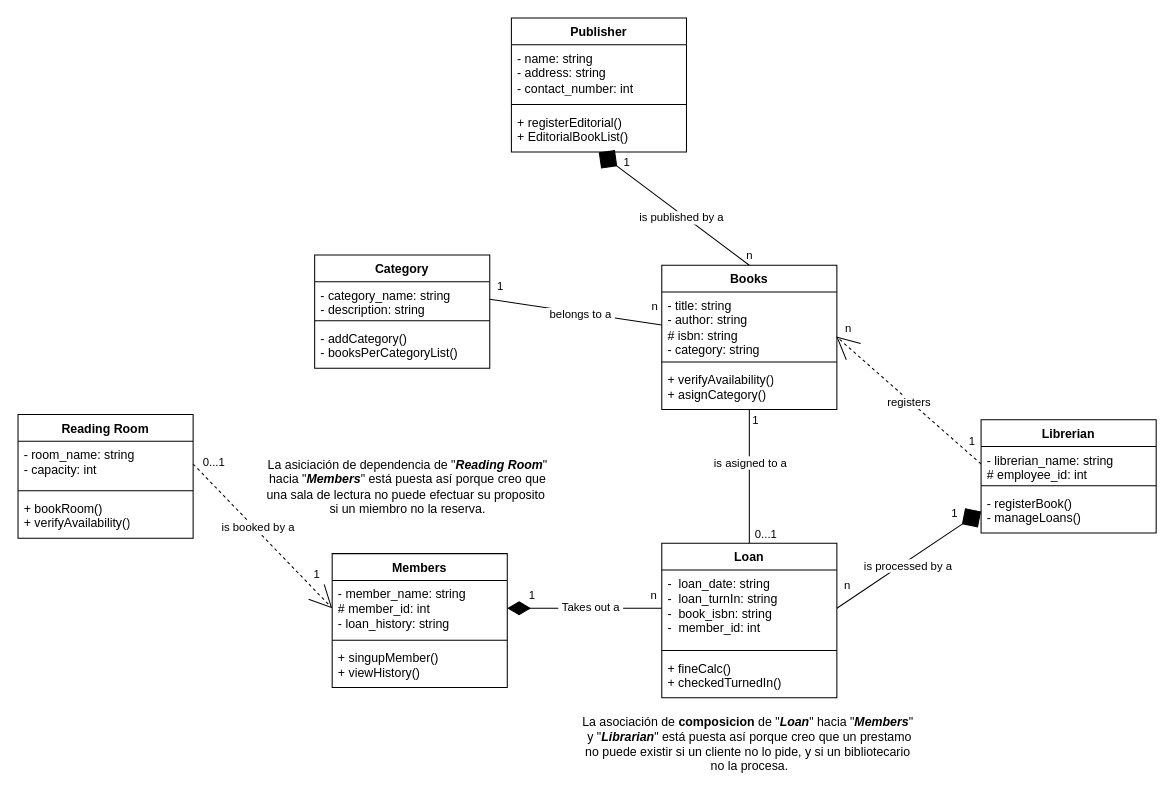
Earlier version of the draw.io diagram ut4/Pruebas draw.io/biblioteca.drawio (Alex-Doga/etsdam_alejandro). Source tidied: cells renumbered, new cells numbered last; positions are measured from the earlier drawing's top-left corner, leaving out a move shared by most shapes. Both pictures are drawn from the tidied source at 103%, with x=0, y=0 at pixel (18, 18).
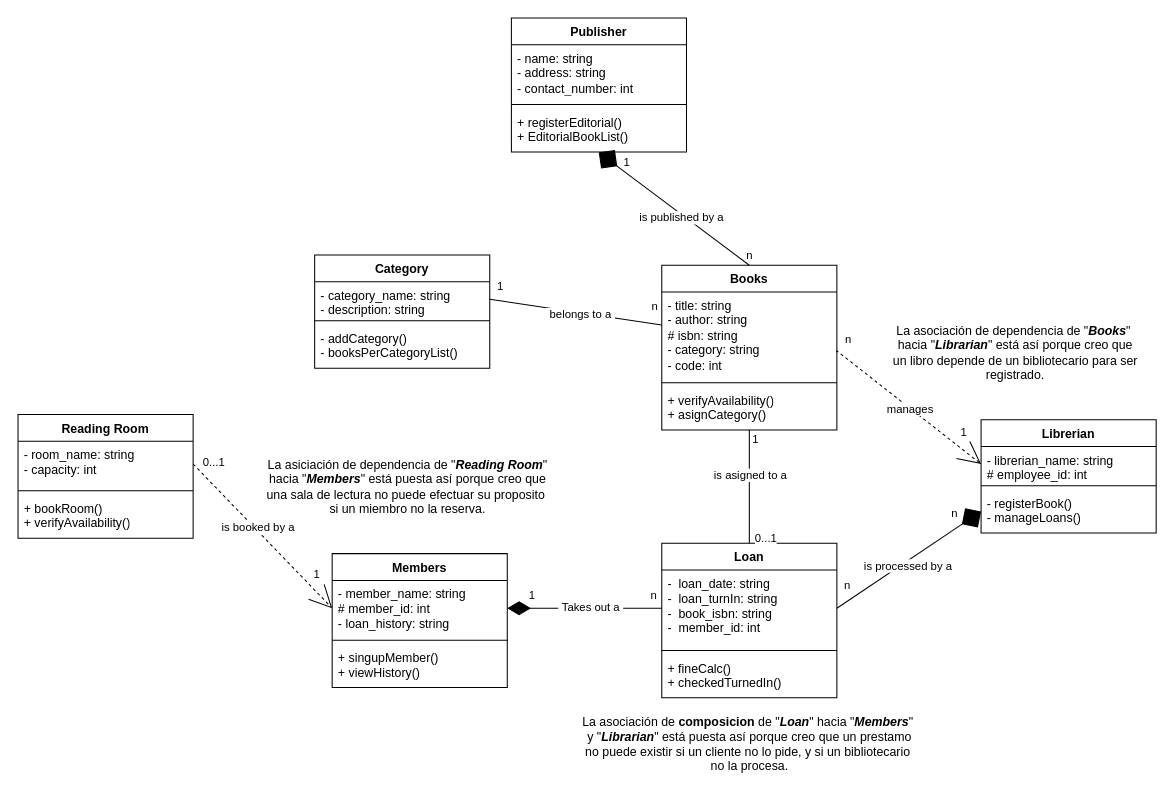
After the change.

Commit message:
Correccion de errores en el diagrama

Unchanged cells that the change refers to:
```xml
<mxCell id="15" value="- librerian_name: string&lt;div&gt;# employee_id: int&lt;/div&gt;" style="text;strokeColor=none;fillColor=none;align=left;verticalAlign=top;spacingLeft=4;spacingRight=4;overflow=hidden;points=[[0,0.5],[1,0.5]];portConstraint=eastwest;whiteSpace=wrap;html=1;" parent="14" vertex="1">
  <mxGeometry y="26" width="170" height="34" as="geometry" />
</mxCell>
<mxCell id="38" style="edgeStyle=none;html=1;exitX=1;exitY=0.5;exitDx=0;exitDy=0;entryX=0;entryY=0.5;entryDx=0;entryDy=0;endArrow=diamond;endFill=1;endSize=20;" parent="1" edge="1" source="11" target="17">
  <mxGeometry relative="1" as="geometry" />
</mxCell>
```

The edit, as a diff of the source:
```diff
@@
     <mxCell id="2" value="Books" style="swimlane;fontStyle=1;align=center;verticalAlign=top;horizontal=1;startSize=26;whiteSpace=wrap;html=1;" parent="1" vertex="1">
-      <mxGeometry x="625" y="240" width="170" height="140" as="geometry" />
+      <mxGeometry x="625" y="240" width="170" height="160" as="geometry" />
     </mxCell>
-    <mxCell id="3" value="- title: string&lt;div&gt;- author: string&lt;/div&gt;&lt;div&gt;# isbn: string&lt;/div&gt;&lt;div&gt;- category: string&lt;/div&gt;" style="text;strokeColor=none;fillColor=none;align=left;verticalAlign=top;spacingLeft=4;spacingRight=4;overflow=hidden;points=[[0,0.5],[1,0.5]];portConstraint=eastwest;whiteSpace=wrap;html=1;" parent="2" vertex="1">
-      <mxGeometry y="26" width="170" height="64" as="geometry" />
+    <mxCell id="3" value="- title: string&lt;div&gt;- author: string&lt;/div&gt;&lt;div&gt;# isbn: string&lt;/div&gt;&lt;div&gt;- category: string&lt;/div&gt;&lt;div&gt;- code: int&lt;/div&gt;" style="text;strokeColor=none;fillColor=none;align=left;verticalAlign=top;spacingLeft=4;spacingRight=4;overflow=hidden;points=[[0,0.5],[1,0.5]];portConstraint=eastwest;whiteSpace=wrap;html=1;" parent="2" vertex="1">
+      <mxGeometry y="26" width="170" height="84" as="geometry" />
     </mxCell>
     <mxCell id="4" style="line;strokeWidth=1;fillColor=none;align=left;verticalAlign=middle;spacingTop=-1;spacingLeft=3;spacingRight=3;labelPosition=right;strokeColor=inherit;" parent="2" vertex="1">
-      <mxGeometry y="90" width="170" height="8" as="geometry" />
+      <mxGeometry y="110" width="170" height="8" as="geometry" />
     </mxCell>
     <mxCell id="5" value="+ verifyAvailability()&lt;div&gt;+ asignCategory()&lt;/div&gt;" style="text;strokeColor=none;fillColor=none;align=left;verticalAlign=top;spacingLeft=4;spacingRight=4;overflow=hidden;points=[[0,0.5],[1,0.5]];portConstraint=eastwest;whiteSpace=wrap;html=1;" parent="2" vertex="1">
-      <mxGeometry y="98" width="170" height="42" as="geometry" />
+      <mxGeometry y="118" width="170" height="42" as="geometry" />
     </mxCell>
@@
-    <mxCell id="41" value="1" style="edgeLabel;html=1;align=center;verticalAlign=middle;" parent="38" vertex="1">
+    <mxCell id="41" value="n" style="edgeLabel;html=1;align=center;verticalAlign=middle;" parent="38" vertex="1">
       <mxGeometry x="0.58" y="-4" relative="1" as="geometry">
         <mxPoint x="1" y="-22" as="offset" />
       </mxGeometry>
     </mxCell>
@@
-    <mxCell id="43" style="edgeStyle=none;html=1;exitX=0;exitY=0.5;exitDx=0;exitDy=0;entryX=0.997;entryY=0.676;entryDx=0;entryDy=0;entryPerimeter=0;endArrow=open;endFill=0;dashed=1;startArrow=none;startFill=0;targetPerimeterSpacing=2;endSize=20;" parent="1" edge="1" source="15" target="3">
+    <mxCell id="43" style="edgeStyle=none;html=1;exitX=0;exitY=0.5;exitDx=0;exitDy=0;entryX=0.997;entryY=0.676;entryDx=0;entryDy=0;entryPerimeter=0;endArrow=none;endFill=0;dashed=1;startArrow=open;startFill=0;targetPerimeterSpacing=2;endSize=20;startSize=20;" parent="1" edge="1" source="15" target="3">
       <mxGeometry relative="1" as="geometry" />
     </mxCell>
-    <mxCell id="44" value="registers" style="edgeLabel;html=1;align=center;verticalAlign=middle;" parent="43" vertex="1">
+    <mxCell id="44" value="manages" style="edgeLabel;html=1;align=center;verticalAlign=middle;" parent="43" vertex="1">
       <mxGeometry x="-0.01" y="1" relative="1" as="geometry" />
     </mxCell>
@@
     <mxCell id="46" value="1" style="edgeLabel;html=1;align=center;verticalAlign=middle;" parent="43" vertex="1">
       <mxGeometry x="-0.76" y="-4" relative="1" as="geometry">
-        <mxPoint x="4" y="-5" as="offset" />
+        <mxPoint x="-3" y="-15" as="offset" />
       </mxGeometry>
     </mxCell>
@@
+    <mxCell id="60" value="La asociación de dependencia de &quot;&lt;b&gt;&lt;i&gt;Books&lt;/i&gt;&lt;/b&gt;&quot;&amp;nbsp;&lt;div&gt;hacia &quot;&lt;b&gt;&lt;i&gt;Librarian&lt;/i&gt;&lt;/b&gt;&quot; está así porque creo que&lt;/div&gt;&lt;div&gt;&lt;span style=&quot;background-color: transparent;&quot;&gt;un libro depende de un bibliotecario para ser&lt;/span&gt;&lt;/div&gt;&lt;div&gt;&lt;span style=&quot;background-color: transparent;&quot;&gt;registrado.&lt;/span&gt;&lt;/div&gt;" style="text;html=1;align=center;verticalAlign=middle;strokeColor=none;fillColor=none;" parent="1" vertex="1">
+      <mxGeometry x="838" y="290" width="260" height="70" as="geometry" />
+    </mxCell>
```
